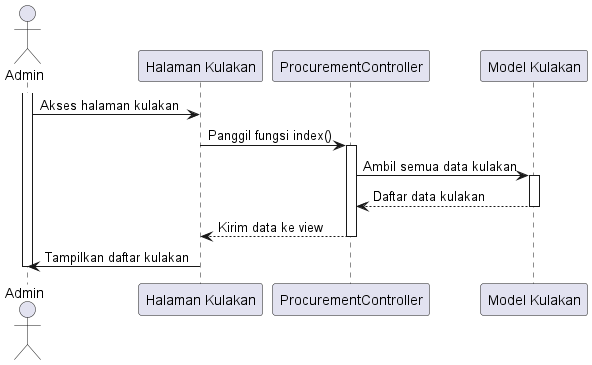
This is out/sequence diagram/kulakan/melihat_kulakan/melihat_kulakan.png from tengahcang/UML_TA, a PlantUML export, as it was before one commit. Its diagram source:
```plantuml
@startuml
actor Admin

participant "Halaman Kulakan" as ProcurementPage
participant "ProcurementController" as Controller
participant "Model Kulakan" as ProcurementModel

activate Admin
Admin -> ProcurementPage: Akses halaman kulakan
ProcurementPage -> Controller: Panggil fungsi index()
activate Controller

Controller -> ProcurementModel: Ambil semua data kulakan
activate ProcurementModel
ProcurementModel --> Controller: Daftar data kulakan
deactivate ProcurementModel

Controller --> ProcurementPage: Kirim data ke view
deactivate Controller

ProcurementPage -> Admin: Tampilkan daftar kulakan
deactivate Admin
@enduml
```
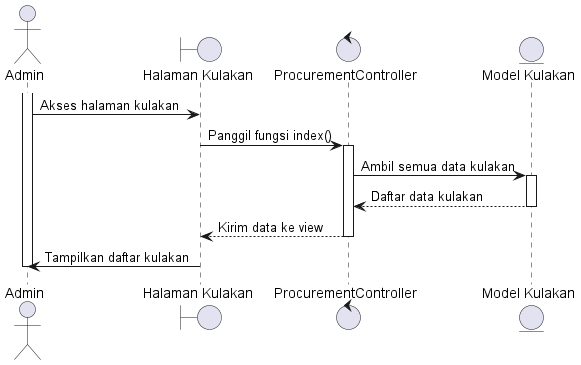
After the change.

The edit, as a diff of the source:
```diff
@@ -1,9 +1,9 @@
 @startuml
 actor Admin
 
-participant "Halaman Kulakan" as ProcurementPage
-participant "ProcurementController" as Controller
-participant "Model Kulakan" as ProcurementModel
+boundary "Halaman Kulakan" as ProcurementPage
+control "ProcurementController" as Controller
+entity "Model Kulakan" as ProcurementModel
 
 activate Admin
 Admin -> ProcurementPage: Akses halaman kulakan
```
